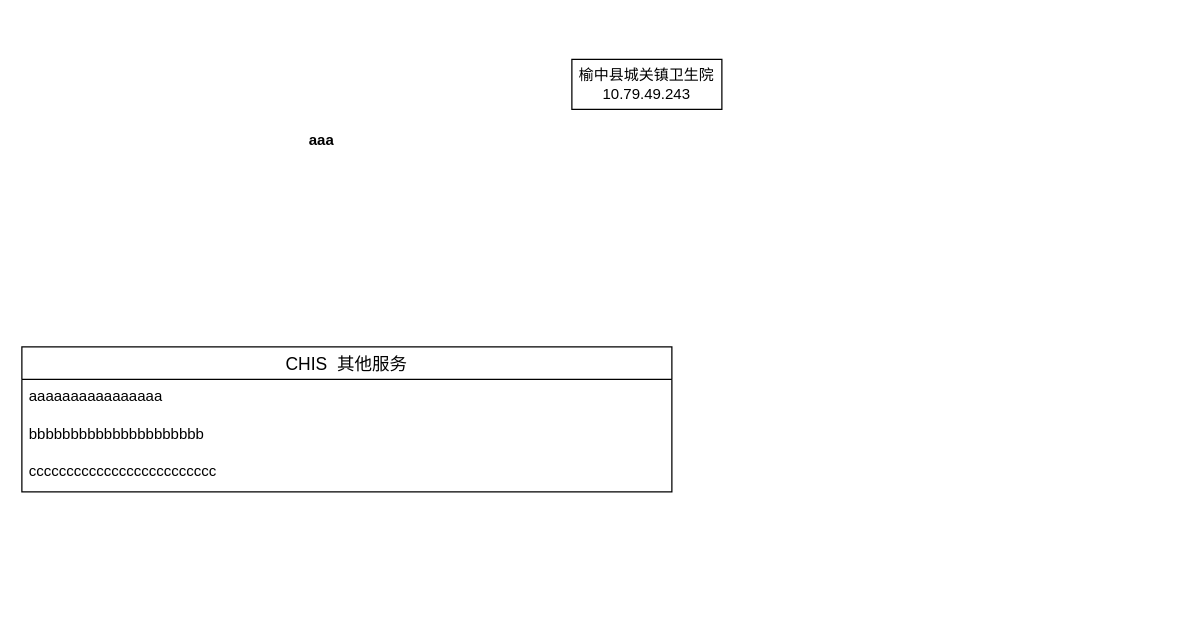
Earlier version of the draw.io diagram 卫生院环境.drawio (dragon8512/config). Source tidied: cells renumbered, new cells numbered last; positions are measured from the earlier drawing's top-left corner, leaving out a move shared by most shapes. Both pictures are drawn from the tidied source at 125%, with x=0, y=0 at pixel (21, 59).
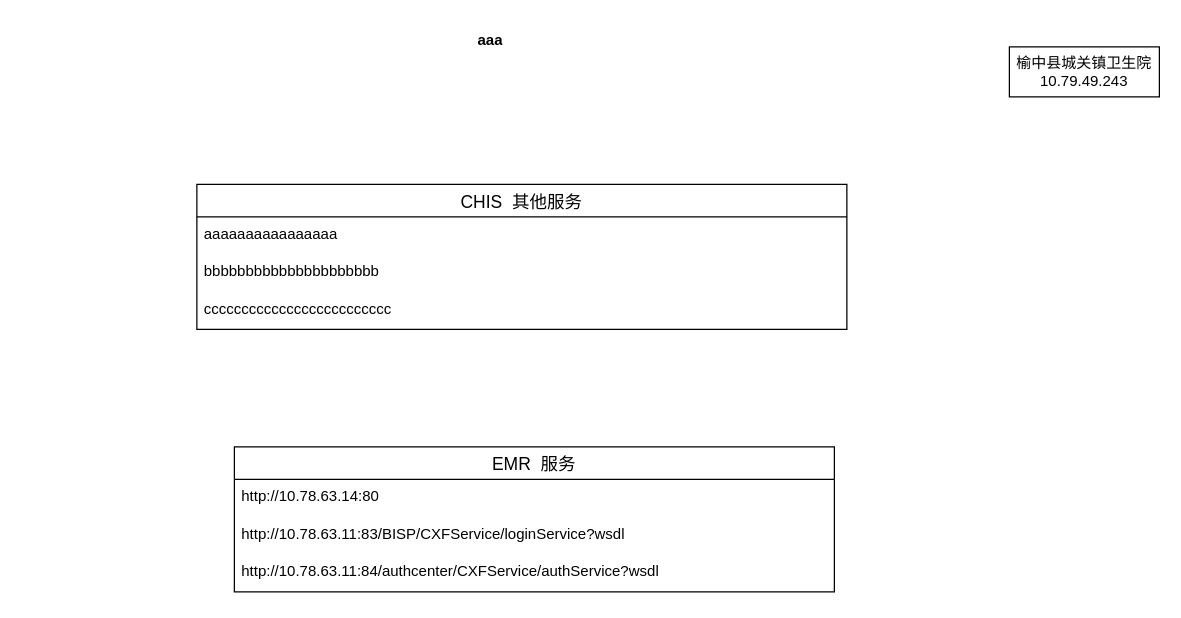
The same page after the edit.

Commit message:
更新卫生院环境.drawio

Change to the diagram source:
```diff
@@
 <mxGraphModel>
   <root>
     <mxCell id="0" />
     <mxCell id="1" parent="0" />
     <mxCell id="2" value="榆中县城关镇卫生院&lt;span style=&quot;background-color: initial;&quot;&gt;10.79.49.243&lt;/span&gt;" style="rounded=0;whiteSpace=wrap;html=1;" parent="1" vertex="1">
-      <mxGeometry x="440" width="120" height="40" as="geometry" />
+      <mxGeometry x="790" y="-10" width="120" height="40" as="geometry" />
     </mxCell>
     <mxCell id="3" value="CHIS  其他服务" style="swimlane;fontStyle=0;horizontal=1;startSize=26;align=center;fontSize=14;" parent="1" vertex="1">
-      <mxGeometry y="230" width="520" height="116" as="geometry" />
+      <mxGeometry x="140" y="100" width="520" height="116" as="geometry" />
     </mxCell>
     <mxCell id="4" value="aaaaaaaaaaaaaaaa" style="text;strokeColor=none;fillColor=none;spacingLeft=4;spacingRight=4;overflow=hidden;fontSize=12;whiteSpace=wrap;html=1;" parent="3" vertex="1">
       <mxGeometry y="26" width="520" height="30" as="geometry" />
     </mxCell>
     <mxCell id="5" value="bbbbbbbbbbbbbbbbbbbbb" style="text;strokeColor=none;fillColor=none;spacingLeft=4;spacingRight=4;overflow=hidden;fontSize=12;whiteSpace=wrap;html=1;" parent="3" vertex="1">
       <mxGeometry y="56" width="520" height="30" as="geometry" />
     </mxCell>
     <mxCell id="6" value="ccccccccccccccccccccccccc" style="text;strokeColor=none;fillColor=none;spacingLeft=4;spacingRight=4;overflow=hidden;fontSize=12;whiteSpace=wrap;html=1;" parent="3" vertex="1">
       <mxGeometry y="86" width="520" height="30" as="geometry" />
     </mxCell>
     <mxCell id="7" value="aaa" style="shape=partialRectangle;fillColor=none;top=0;left=0;bottom=0;right=0;fontStyle=1;overflow=hidden;whiteSpace=wrap;html=1;" parent="1" vertex="1">
-      <mxGeometry x="225" y="50" width="30" height="30" as="geometry" />
+      <mxGeometry x="360" y="-30" width="30" height="30" as="geometry" />
     </mxCell>
+    <mxCell id="8" value="EMR  服务" style="swimlane;fontStyle=0;horizontal=1;startSize=26;align=center;fontSize=14;" parent="1" vertex="1">
+      <mxGeometry x="170" y="310" width="480" height="116" as="geometry" />
+    </mxCell>
+    <mxCell id="9" value="http://10.78.63.14:80" style="text;strokeColor=none;fillColor=none;spacingLeft=4;spacingRight=4;overflow=hidden;fontSize=12;whiteSpace=wrap;html=1;" parent="8" vertex="1">
+      <mxGeometry y="26" width="480" height="30" as="geometry" />
+    </mxCell>
+    <mxCell id="10" value="http://10.78.63.11:83/BISP/CXFService/loginService?wsdl" style="text;strokeColor=none;fillColor=none;spacingLeft=4;spacingRight=4;overflow=hidden;fontSize=12;whiteSpace=wrap;html=1;" parent="8" vertex="1">
+      <mxGeometry y="56" width="480" height="30" as="geometry" />
+    </mxCell>
+    <mxCell id="11" value="http://10.78.63.11:84/authcenter/CXFService/authService?wsdl" style="text;strokeColor=none;fillColor=none;spacingLeft=4;spacingRight=4;overflow=hidden;fontSize=12;whiteSpace=wrap;html=1;" parent="8" vertex="1">
+      <mxGeometry y="86" width="480" height="30" as="geometry" />
+    </mxCell>
   </root>
 </mxGraphModel>
```
